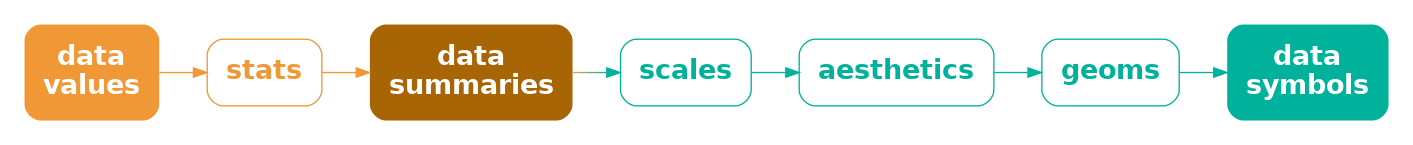
Earlier version of the Graphviz export Diagrams/data-stat-scale-aes-geom-sym.png (pmur002/hdvw). Its source is kept beside it as Diagrams/data-stat-scale-aes-geom-sym.dot.
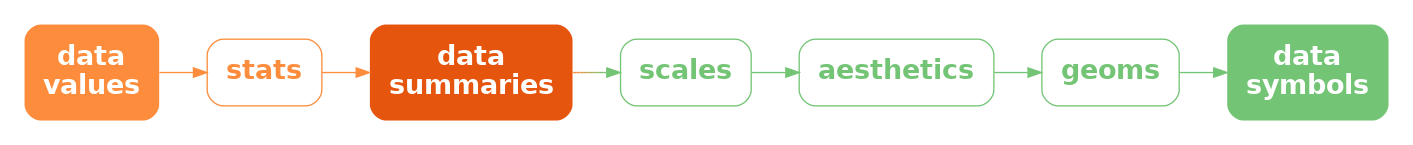
The same diagram one commit later.

What changed in the source:
```diff
@@ -1,18 +1,18 @@
 digraph {
   graph [ rankdir=LR; margin=.2; nodesep=.5 ];
   node [ fontsize=20; fontname="sans bold"; margin=.2 ];
-  data [ label="data\nvalues"; shape=box; style="filled, rounded"; penwidth=0; fontcolor=white; fillcolor="#F09736" ]
-  ggstat [ label="stats"; shape=box; style=rounded; color="#F09736"; fontcolor="#F09736" ]
-  stat [ label="data\nsummaries"; shape=box; style="filled, rounded"; penwidth=0; fontcolor=white; fillcolor="#A86505" ]
-  scale [ label="scales"; shape=box; style=rounded; color="#00B19B"; fontcolor="#00B19B" ]
-  aes [ label="aesthetics"; shape=box; style=rounded; color="#00B19B"; fontcolor="#00B19B" ]
-  geom [ label="geoms"; shape=box; style=rounded; color="#00B19B"; fontcolor="#00B19B" ]
+  data [ label="data\nvalues"; shape=box; style="filled, rounded"; penwidth=0; fontcolor=white; fillcolor="#FD8D3C" ]
+  ggstat [ label="stats"; shape=box; style=rounded; color="#FD8D3C"; fontcolor="#FD8D3C" ]
+  stat [ label="data\nsummaries"; shape=box; style="filled, rounded"; penwidth=0; fontcolor=white; fillcolor="#E6550D" ]
+  scale [ label="scales"; shape=box; style=rounded; color="#74C476"; fontcolor="#74C476" ]
+  aes [ label="aesthetics"; shape=box; style=rounded; color="#74C476"; fontcolor="#74C476" ]
+  geom [ label="geoms"; shape=box; style=rounded; color="#74C476"; fontcolor="#74C476" ]
   sym [ label="data\nsymbols"; shape=box;
-     style="filled, rounded"; penwidth=0; fontcolor=white; fillcolor="#00B19B" ]
-  data -> ggstat [ color="#F09736" ]
-  ggstat -> stat [ color="#F09736" ]
-  stat -> scale [ color="#F09736;0.1:#D59A41;0.1:#BB9D4C;0.1:#A0A058;0.1:#85A363;0.1:#6BA56E;0.1:#50A879;0.1:#35AB85;0.1:#1BAE90;0.1:#00B19B;0.1" ]
-  scale -> aes [ color="#00B19B" ]
-  aes -> geom [ color="#00B19B" ]
-  geom -> sym [ color="#00B19B" ]
+     style="filled, rounded"; penwidth=0; fontcolor=white; fillcolor="#74C476" ]
+  data -> ggstat [ color="#FD8D3C" ]
+  ggstat -> stat [ color="#FD8D3C" ]
+  stat -> scale [ color="#FD8D3C;0.1:#EE9342;0.1:#DF9949;0.1:#CF9F4F;0.1:#C0A556;0.1:#B1AC5C;0.1:#A2B263;0.1:#92B869;0.1:#83BE70;0.1:#74C476;0.1" ]
+  scale -> aes [ color="#74C476" ]
+  aes -> geom [ color="#74C476" ]
+  geom -> sym [ color="#74C476" ]
 }
```
